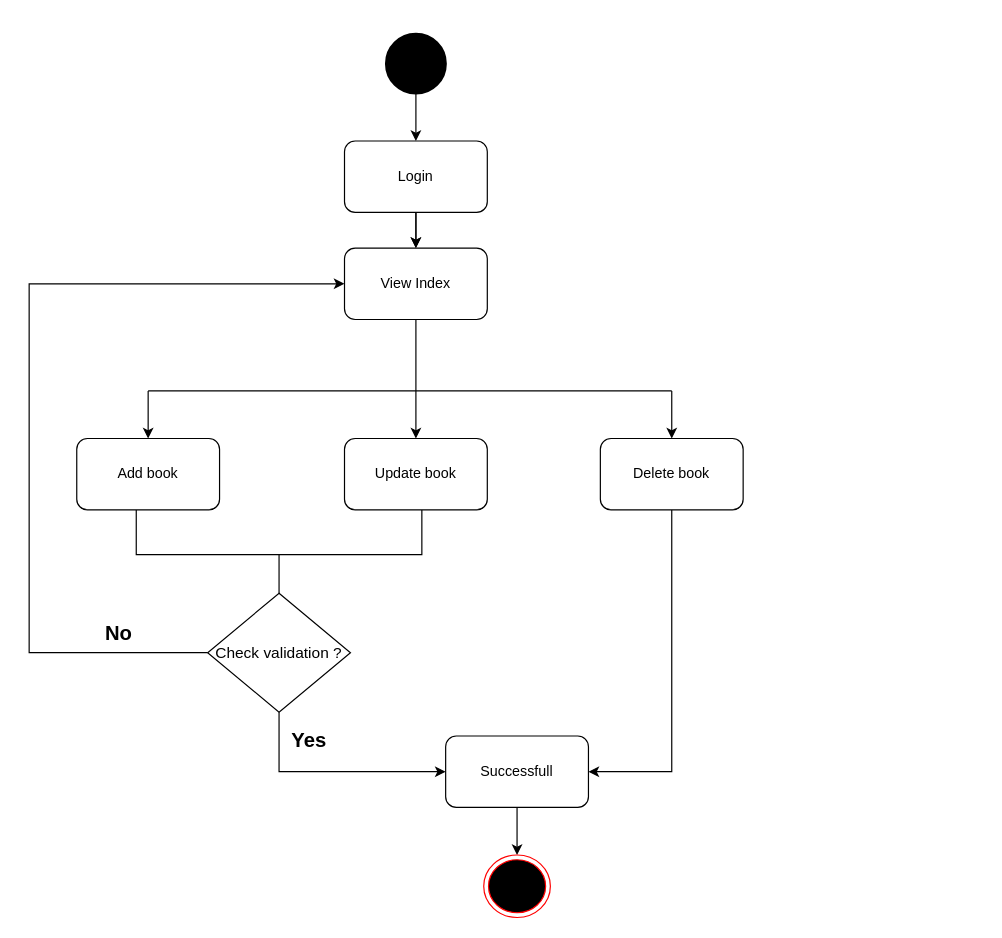
The draw.io diagram page "StoreOwner" (5 of 6) of Diagram/Diagram.drawio in ducmtgch200681/1670-App-group, before the edit. Source tidied: cells renumbered, new cells numbered last; positions are measured from the earlier drawing's top-left corner, leaving out a move shared by most shapes. Both pictures are drawn from the tidied source at 119%, with x=0, y=0 at pixel (29, 33).
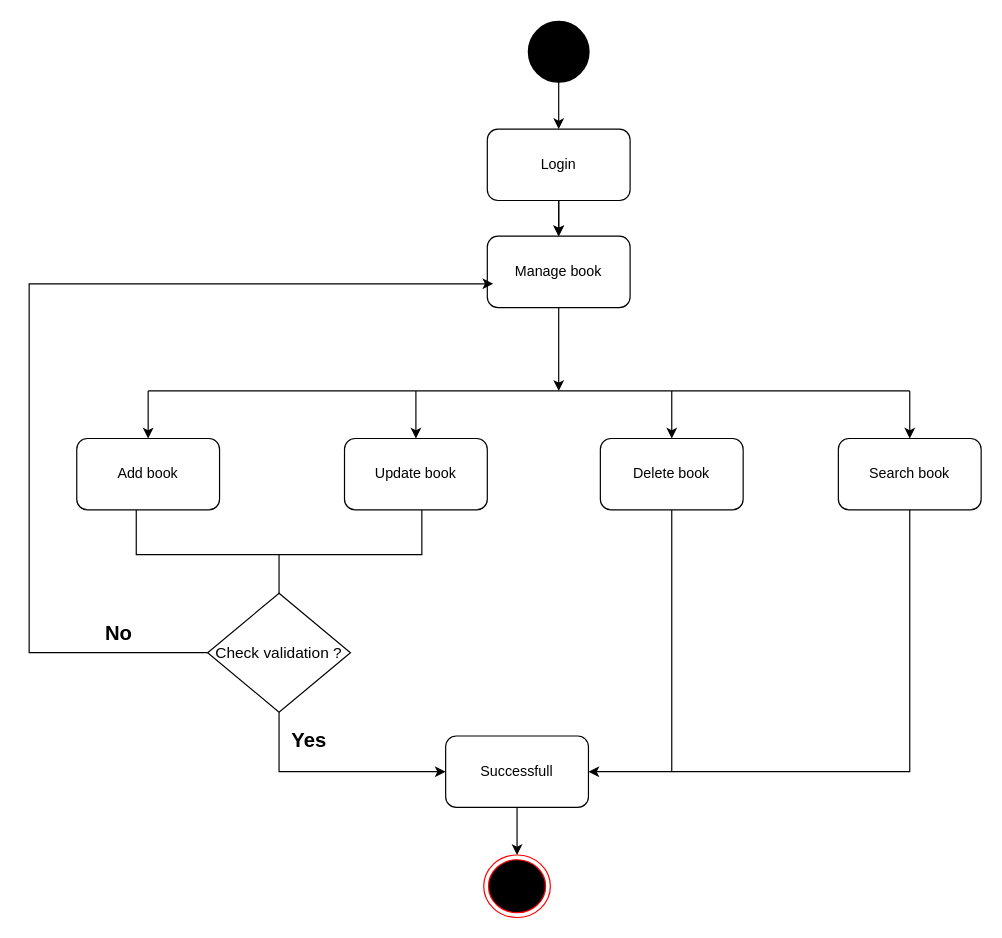
The same page after the edit.

The change refers to these unchanged cells:
```xml
<mxCell id="13" value="Update book" style="rounded=1;whiteSpace=wrap;html=1;" parent="1" vertex="1">
  <mxGeometry x="265" y="340" width="120" height="60" as="geometry" />
</mxCell>
<mxCell id="18" value="&lt;font style=&quot;font-size: 13px;&quot;&gt;Check validation ?&lt;/font&gt;" style="rhombus;whiteSpace=wrap;html=1;strokeColor=#000000;strokeWidth=1;fontSize=17;fillColor=#FFFFFF;" parent="1" vertex="1">
  <mxGeometry x="150" y="470" width="120" height="100" as="geometry" />
</mxCell>
```

Change to the diagram source:
```diff
@@
     <mxCell id="2" style="endArrow=classic;html=1;rounded=0;elbow=vertical;exitX=0.5;exitY=1;exitDx=0;exitDy=0;" parent="1" edge="1">
       <mxGeometry relative="1" as="geometry">
-        <mxPoint x="325" y="140" as="sourcePoint" />
-        <mxPoint x="325" y="180" as="targetPoint" />
+        <mxPoint x="445" y="130" as="sourcePoint" />
+        <mxPoint x="445" y="170" as="targetPoint" />
       </mxGeometry>
     </mxCell>
-    <mxCell id="3" value="View Index" style="rounded=1;whiteSpace=wrap;html=1;" parent="1" vertex="1">
-      <mxGeometry x="265" y="180" width="120" height="60" as="geometry" />
+    <mxCell id="3" value="Manage book" style="rounded=1;whiteSpace=wrap;html=1;" parent="1" vertex="1">
+      <mxGeometry x="385" y="170" width="120" height="60" as="geometry" />
     </mxCell>
     <mxCell id="4" style="endArrow=classic;html=1;rounded=0;elbow=vertical;exitX=0.5;exitY=1;exitDx=0;exitDy=0;" parent="1" edge="1" source="3">
       <mxGeometry relative="1" as="geometry">
-        <mxPoint x="325" y="340" as="targetPoint" />
+        <mxPoint x="445" y="300" as="targetPoint" />
       </mxGeometry>
     </mxCell>
     <mxCell id="5" style="strokeWidth=2;html=1;shape=mxgraph.flowchart.start_2;whiteSpace=wrap;strokeColor=#000000;fillColor=#000000;" parent="1" vertex="1">
-      <mxGeometry x="300" width="50" height="50" as="geometry" />
+      <mxGeometry x="420" y="-10" width="50" height="50" as="geometry" />
     </mxCell>
     <mxCell id="6" style="endArrow=classic;html=1;rounded=0;elbow=vertical;exitX=0.5;exitY=1;exitDx=0;exitDy=0;exitPerimeter=0;" parent="1" edge="1" source="5">
       <mxGeometry relative="1" as="geometry">
-        <mxPoint x="325" y="90" as="targetPoint" />
+        <mxPoint x="445" y="80" as="targetPoint" />
       </mxGeometry>
     </mxCell>
@@
     <mxCell id="8" value="Login" style="rounded=1;whiteSpace=wrap;html=1;" parent="1" vertex="1">
-      <mxGeometry x="265" y="90" width="120" height="60" as="geometry" />
+      <mxGeometry x="385" y="80" width="120" height="60" as="geometry" />
     </mxCell>
     <mxCell id="9" style="endArrow=none;html=1;rounded=0;elbow=vertical;" parent="1" edge="1">
       <mxGeometry relative="1" as="geometry">
         <mxPoint x="100" y="300" as="sourcePoint" />
-        <mxPoint x="540" y="300" as="targetPoint" />
+        <mxPoint x="740" y="300" as="targetPoint" />
       </mxGeometry>
     </mxCell>
@@
-    <mxCell id="16" style="endArrow=classic;html=1;rounded=0;elbow=vertical;exitX=0;exitY=0.5;exitDx=0;exitDy=0;entryX=0;entryY=0.5;entryDx=0;entryDy=0;" parent="1" edge="1" source="18" target="3">
+    <mxCell id="16" style="endArrow=classic;html=1;rounded=0;elbow=vertical;exitX=0;exitY=0.5;exitDx=0;exitDy=0;" parent="1" edge="1" source="18">
       <mxGeometry relative="1" as="geometry">
+        <mxPoint x="390" y="210" as="targetPoint" />
         <Array as="points">
           <mxPoint y="520" />
           <mxPoint y="210" />
         </Array>
       </mxGeometry>
     </mxCell>
@@
+    <mxCell id="25" value="Search book" style="rounded=1;whiteSpace=wrap;html=1;" parent="1" vertex="1">
+      <mxGeometry x="680" y="340" width="120" height="60" as="geometry" />
+    </mxCell>
+    <mxCell id="26" style="endArrow=classic;html=1;rounded=0;elbow=vertical;entryX=0.5;entryY=0;entryDx=0;entryDy=0;" parent="1" edge="1" target="25">
+      <mxGeometry relative="1" as="geometry">
+        <mxPoint x="740" y="300" as="sourcePoint" />
+      </mxGeometry>
+    </mxCell>
+    <mxCell id="27" style="endArrow=classic;html=1;rounded=0;elbow=vertical;entryX=0.5;entryY=0;entryDx=0;entryDy=0;" parent="1" edge="1" target="13">
+      <mxGeometry relative="1" as="geometry">
+        <mxPoint x="325" y="300" as="sourcePoint" />
+      </mxGeometry>
+    </mxCell>
+    <mxCell id="28" style="endArrow=none;html=1;rounded=0;entryX=0.5;entryY=1;entryDx=0;entryDy=0;" parent="1" edge="1" target="25">
+      <mxGeometry relative="1" as="geometry">
+        <mxPoint x="540" y="620" as="sourcePoint" />
+        <Array as="points">
+          <mxPoint x="740" y="620" />
+        </Array>
+      </mxGeometry>
+    </mxCell>
```
